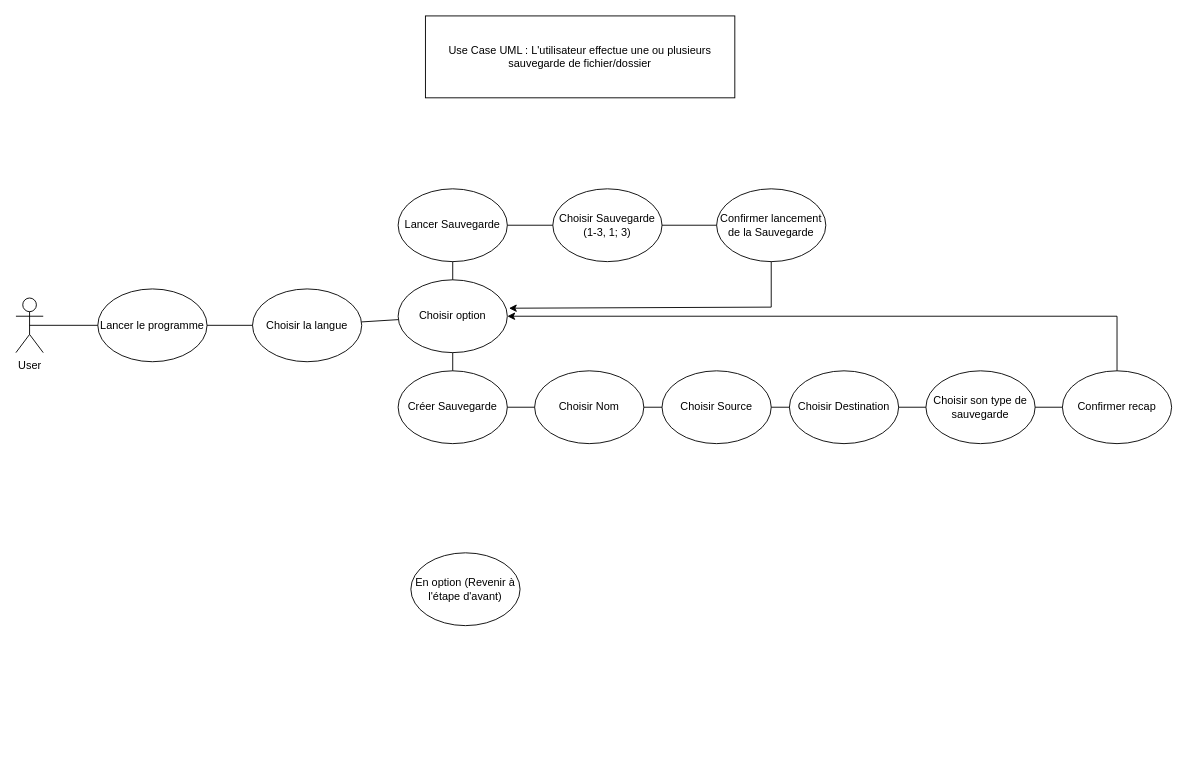
This is page "UseCase" (2 of 5) of EazySave-Master/docs/Diagrammes/UML.drawio from Rudoni/EazySave, a draw.io file, before an edit. Source tidied: cells renumbered, new cells numbered last; positions are measured from the earlier drawing's top-left corner, leaving out a move shared by most shapes. Both pictures are drawn from the tidied source at 91%, with x=0, y=0 at pixel (15, 15).
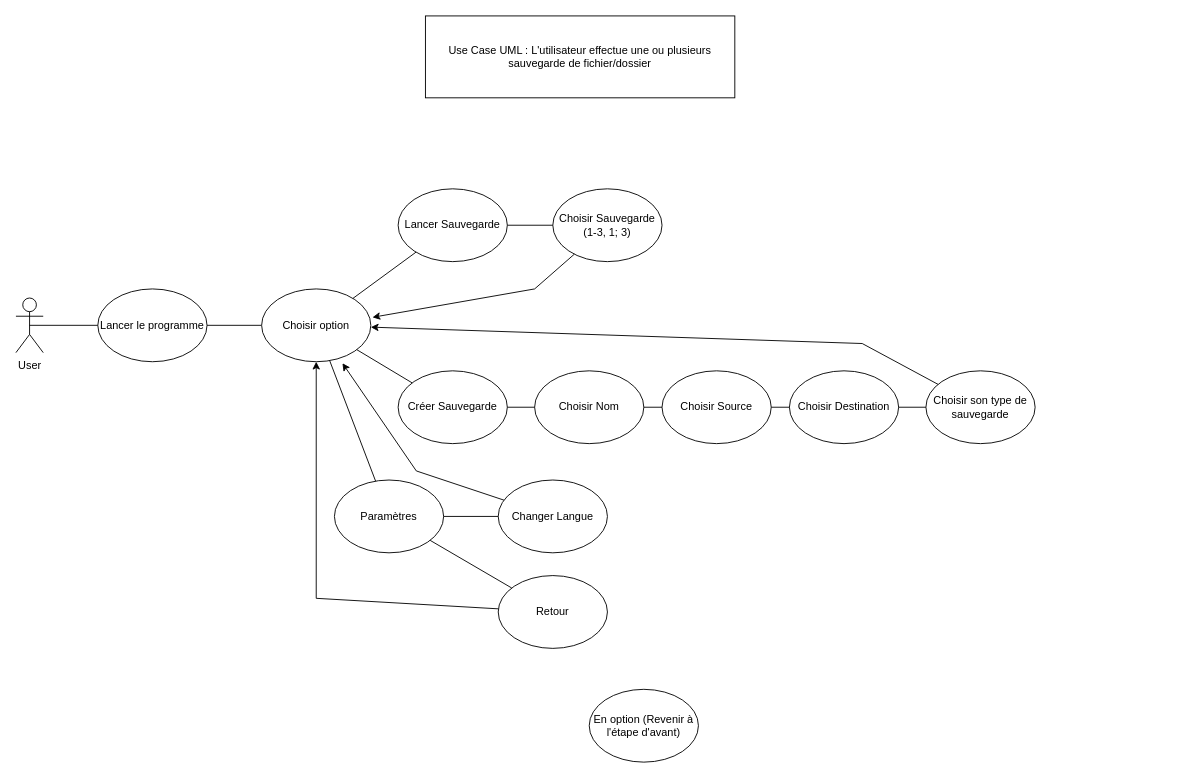
The same page after the edit.

Unchanged cells that the change refers to:
```xml
<mxCell id="4" value="Choisir son type de sauvegarde" style="ellipse;whiteSpace=wrap;html=1;" parent="1" vertex="1">
  <mxGeometry x="1000" y="390" width="120" height="80" as="geometry" />
</mxCell>
<mxCell id="8" value="Lancer le programme" style="ellipse;whiteSpace=wrap;html=1;" parent="1" vertex="1">
  <mxGeometry x="90" y="300" width="120" height="80" as="geometry" />
</mxCell>
<mxCell id="14" value="Choisir Sauvegarde&lt;br&gt;(1-3, 1; 3)" style="ellipse;whiteSpace=wrap;html=1;" parent="1" vertex="1">
  <mxGeometry x="590" y="190" width="120" height="80" as="geometry" />
</mxCell>
```

The edit, as a diff of the source:
```diff
@@
-    <mxCell id="3" value="Choisir la langue" style="ellipse;whiteSpace=wrap;html=1;" parent="1" vertex="1">
-      <mxGeometry x="260" y="300" width="120" height="80" as="geometry" />
-    </mxCell>
@@
     <mxCell id="10" value="En option (Revenir à l'étape d'avant)" style="ellipse;whiteSpace=wrap;html=1;" parent="1" vertex="1">
-      <mxGeometry x="434" y="590" width="120" height="80" as="geometry" />
+      <mxGeometry x="630" y="740" width="120" height="80" as="geometry" />
     </mxCell>
-    <mxCell id="11" value="Confirmer recap" style="ellipse;whiteSpace=wrap;html=1;" parent="1" vertex="1">
-      <mxGeometry x="1150" y="390" width="120" height="80" as="geometry" />
-    </mxCell>
@@
-    <mxCell id="15" value="Confirmer lancement de la Sauvegarde" style="ellipse;whiteSpace=wrap;html=1;" parent="1" vertex="1">
-      <mxGeometry x="770" y="190" width="120" height="80" as="geometry" />
-    </mxCell>
@@
-    <mxCell id="17" style="endArrow=none;html=1;rounded=0;" parent="1" edge="1" source="8" target="3">
+    <mxCell id="17" style="endArrow=none;html=1;rounded=0;" parent="1" edge="1" source="8" target="27">
       <mxGeometry relative="1" as="geometry" />
     </mxCell>
-    <mxCell id="18" style="endArrow=none;html=1;rounded=0;" parent="1" edge="1" source="3">
-      <mxGeometry relative="1" as="geometry">
-        <mxPoint x="480" y="330" as="targetPoint" />
-      </mxGeometry>
-    </mxCell>
@@
-    <mxCell id="20" style="endArrow=none;html=1;rounded=0;" parent="1" edge="1" source="14" target="15">
-      <mxGeometry relative="1" as="geometry" />
-    </mxCell>
@@
-    <mxCell id="25" style="endArrow=none;html=1;rounded=0;" parent="1" edge="1" source="4" target="11">
-      <mxGeometry relative="1" as="geometry" />
-    </mxCell>
-    <mxCell id="26" style="endArrow=classic;html=1;rounded=0;exitX=0.5;exitY=0;exitDx=0;exitDy=0;" parent="1" edge="1" source="11" target="27">
+    <mxCell id="26" style="endArrow=classic;html=1;rounded=0;" parent="1" edge="1" source="4" target="27">
       <mxGeometry relative="1" as="geometry">
         <Array as="points">
-          <mxPoint x="1210" y="330" />
+          <mxPoint x="930" y="360" />
         </Array>
       </mxGeometry>
     </mxCell>
     <mxCell id="27" value="Choisir option" style="ellipse;whiteSpace=wrap;html=1;" parent="1" vertex="1">
-      <mxGeometry x="420" y="290" width="120" height="80" as="geometry" />
+      <mxGeometry x="270" y="300" width="120" height="80" as="geometry" />
     </mxCell>
@@
-    <mxCell id="30" style="endArrow=classic;html=1;rounded=0;exitX=0.5;exitY=1;exitDx=0;exitDy=0;entryX=1.015;entryY=0.39;entryDx=0;entryDy=0;entryPerimeter=0;" parent="1" edge="1" source="15" target="27">
+    <mxCell id="30" style="endArrow=classic;html=1;rounded=0;entryX=1.015;entryY=0.39;entryDx=0;entryDy=0;entryPerimeter=0;" parent="1" edge="1" source="14" target="27">
       <mxGeometry relative="1" as="geometry">
         <Array as="points">
-          <mxPoint x="830" y="320" />
+          <mxPoint x="570" y="300" />
         </Array>
       </mxGeometry>
     </mxCell>
+    <mxCell id="31" value="Paramètres" style="ellipse;whiteSpace=wrap;html=1;" parent="1" vertex="1">
+      <mxGeometry x="350" y="510" width="120" height="80" as="geometry" />
+    </mxCell>
+    <mxCell id="32" style="endArrow=none;html=1;rounded=0;" parent="1" edge="1" source="31" target="27">
+      <mxGeometry relative="1" as="geometry" />
+    </mxCell>
+    <mxCell id="33" value="Changer Langue" style="ellipse;whiteSpace=wrap;html=1;" parent="1" vertex="1">
+      <mxGeometry x="530" y="510" width="120" height="80" as="geometry" />
+    </mxCell>
+    <mxCell id="34" style="endArrow=none;html=1;rounded=0;" parent="1" edge="1" source="31" target="33">
+      <mxGeometry relative="1" as="geometry" />
+    </mxCell>
+    <mxCell id="35" value="Retour" style="ellipse;whiteSpace=wrap;html=1;" parent="1" vertex="1">
+      <mxGeometry x="530" y="615" width="120" height="80" as="geometry" />
+    </mxCell>
+    <mxCell id="36" style="endArrow=none;html=1;rounded=0;" parent="1" edge="1" source="31" target="35">
+      <mxGeometry relative="1" as="geometry" />
+    </mxCell>
+    <mxCell id="37" style="endArrow=classic;html=1;rounded=0;entryX=0.5;entryY=1;entryDx=0;entryDy=0;" parent="1" edge="1" source="35" target="27">
+      <mxGeometry relative="1" as="geometry">
+        <Array as="points">
+          <mxPoint x="330" y="640" />
+        </Array>
+      </mxGeometry>
+    </mxCell>
+    <mxCell id="38" style="endArrow=classic;html=1;rounded=0;entryX=0.74;entryY=1.02;entryDx=0;entryDy=0;entryPerimeter=0;" parent="1" edge="1" source="33" target="27">
+      <mxGeometry relative="1" as="geometry">
+        <Array as="points">
+          <mxPoint x="440" y="500" />
+        </Array>
+      </mxGeometry>
+    </mxCell>
```
